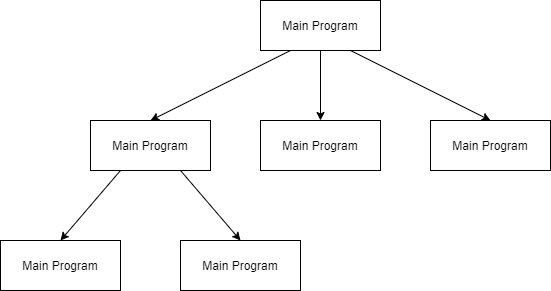
The draw.io diagram Architectural styles/Language-based Systems/Subroutine Example.png in smitbmx/Architecture-Diagrams, before a commit. Source tidied: cells renumbered, new cells last; positions are measured from the earlier drawing's top-left corner, leaving out a move shared by most shapes.
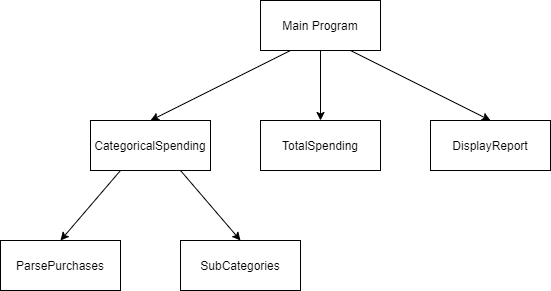
The same diagram one commit later.

Change to the diagram source:
```diff
@@ -5,19 +5,19 @@
     <mxCell id="2" value="Main Program" style="rounded=0;whiteSpace=wrap;html=1;" parent="1" vertex="1">
       <mxGeometry x="260" width="120" height="50" as="geometry" />
     </mxCell>
-    <mxCell id="3" value="Main Program" style="rounded=0;whiteSpace=wrap;html=1;" parent="1" vertex="1">
+    <mxCell id="3" value="TotalSpending" style="rounded=0;whiteSpace=wrap;html=1;" parent="1" vertex="1">
       <mxGeometry x="260" y="120" width="120" height="50" as="geometry" />
     </mxCell>
-    <mxCell id="4" value="Main Program" style="rounded=0;whiteSpace=wrap;html=1;" parent="1" vertex="1">
+    <mxCell id="4" value="CategoricalSpending" style="rounded=0;whiteSpace=wrap;html=1;" parent="1" vertex="1">
       <mxGeometry x="90" y="120" width="120" height="50" as="geometry" />
     </mxCell>
-    <mxCell id="5" value="Main Program" style="rounded=0;whiteSpace=wrap;html=1;" parent="1" vertex="1">
+    <mxCell id="5" value="DisplayReport" style="rounded=0;whiteSpace=wrap;html=1;" parent="1" vertex="1">
       <mxGeometry x="430" y="120" width="120" height="50" as="geometry" />
     </mxCell>
-    <mxCell id="6" value="Main Program" style="rounded=0;whiteSpace=wrap;html=1;" parent="1" vertex="1">
+    <mxCell id="6" value="ParsePurchases" style="rounded=0;whiteSpace=wrap;html=1;" parent="1" vertex="1">
       <mxGeometry y="240" width="120" height="50" as="geometry" />
     </mxCell>
-    <mxCell id="7" value="Main Program" style="rounded=0;whiteSpace=wrap;html=1;" parent="1" vertex="1">
+    <mxCell id="7" value="SubCategories" style="rounded=0;whiteSpace=wrap;html=1;" parent="1" vertex="1">
       <mxGeometry x="180" y="240" width="120" height="50" as="geometry" />
     </mxCell>
     <mxCell id="8" style="endArrow=classic;html=1;rounded=0;exitX=0.5;exitY=1;exitDx=0;exitDy=0;entryX=0.5;entryY=0;entryDx=0;entryDy=0;" parent="1" edge="1" source="2" target="3">
```
